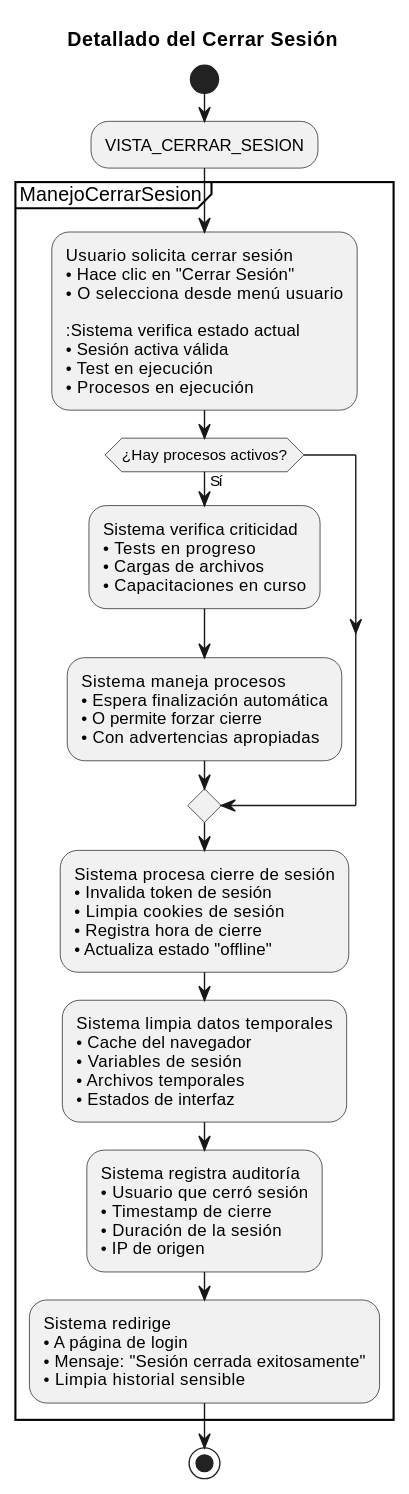
Above: documentos/imagenes/casos_de_uso/diagramas_casos_de_uso_detallados/cerrar_sesion.svg in Dievex/24-25-IdSw1-SDR (PlantUML), before the change. Source of this version:
```plantuml
@startuml
title Detallado del Cerrar Sesión

start

:VISTA_CERRAR_SESION;

partition ManejoCerrarSesion {

  :Usuario solicita cerrar sesión
  • Hace clic en "Cerrar Sesión"
  • O selecciona desde menú usuario

  :Sistema verifica estado actual
  • Sesión activa válida
  • Test en ejecución
  • Procesos en ejecución;


  if (¿Hay procesos activos?) then (Sí)
    :Sistema verifica criticidad
    • Tests en progreso
    • Cargas de archivos
    • Capacitaciones en curso;

    :Sistema maneja procesos
    • Espera finalización automática
    • O permite forzar cierre
    • Con advertencias apropiadas;

  endif

  :Sistema procesa cierre de sesión
  • Invalida token de sesión
  • Limpia cookies de sesión
  • Registra hora de cierre
  • Actualiza estado "offline";

  :Sistema limpia datos temporales
  • Cache del navegador
  • Variables de sesión
  • Archivos temporales
  • Estados de interfaz;

  :Sistema registra auditoría
  • Usuario que cerró sesión
  • Timestamp de cierre
  • Duración de la sesión
  • IP de origen;

  :Sistema redirige
  • A página de login
  • Mensaje: "Sesión cerrada exitosamente"
  • Limpia historial sensible;

}

stop
@enduml
```
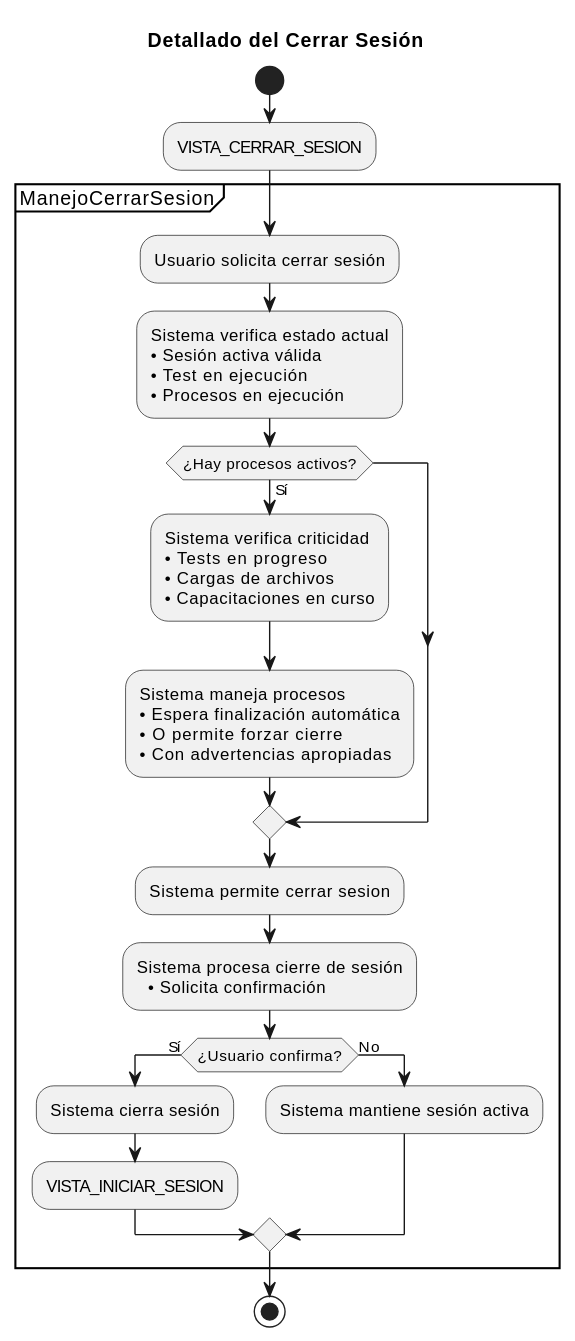
The same file after the commit.

What changed in the source:
```diff
@@ -7,9 +7,8 @@
 
 partition ManejoCerrarSesion {
 
-  :Usuario solicita cerrar sesión
-  • Hace clic en "Cerrar Sesión"
-  • O selecciona desde menú usuario
+  :Usuario solicita cerrar sesión;
+
 
   :Sistema verifica estado actual
   • Sesión activa válida
@@ -30,28 +29,17 @@
 
   endif
 
+  :Sistema permite cerrar sesion;
+
   :Sistema procesa cierre de sesión
-  • Invalida token de sesión
-  • Limpia cookies de sesión
-  • Registra hora de cierre
-  • Actualiza estado "offline";
+    • Solicita confirmación;
 
-  :Sistema limpia datos temporales
-  • Cache del navegador
-  • Variables de sesión
-  • Archivos temporales
-  • Estados de interfaz;
-
-  :Sistema registra auditoría
-  • Usuario que cerró sesión
-  • Timestamp de cierre
-  • Duración de la sesión
-  • IP de origen;
-
-  :Sistema redirige
-  • A página de login
-  • Mensaje: "Sesión cerrada exitosamente"
-  • Limpia historial sensible;
+    if (¿Usuario confirma?) then (Sí)
+      :Sistema cierra sesión;
+      :VISTA_INICIAR_SESION;
+    else (No)
+      :Sistema mantiene sesión activa;
+    endif
 
 }
 
```
